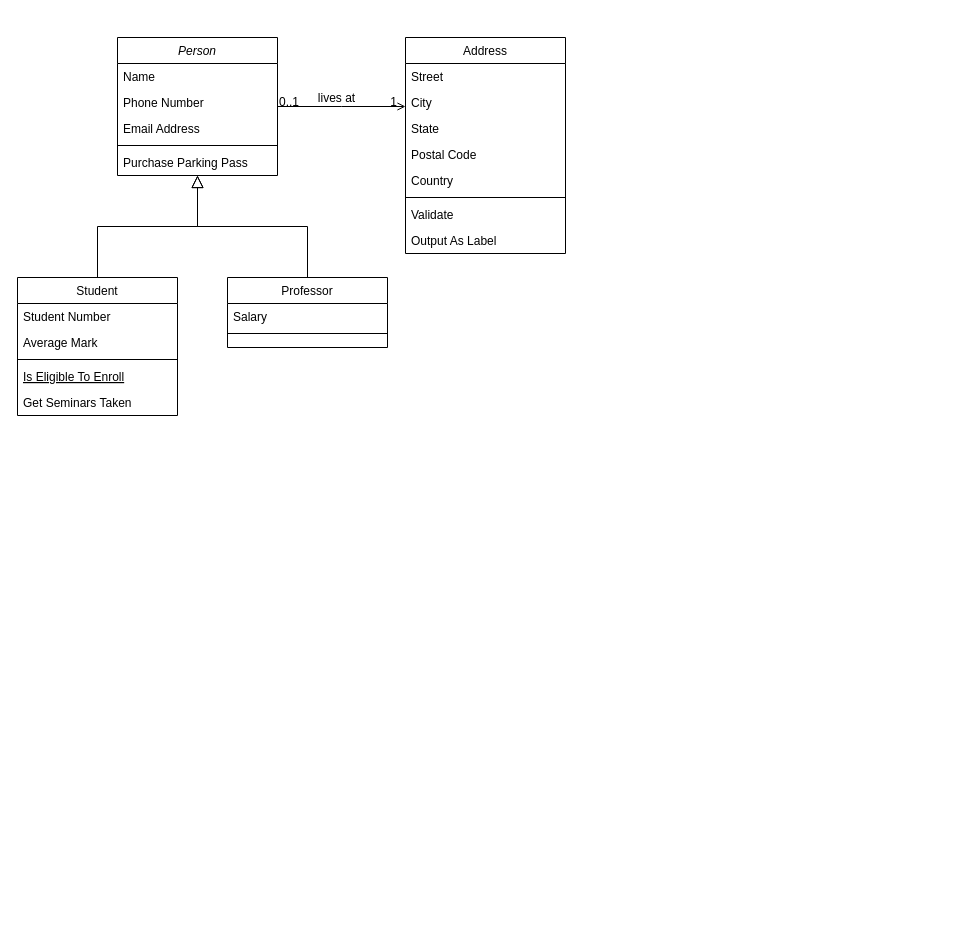
The draw.io diagram TFG001.drawio in Veranono29/TFG, before the edit. Source tidied: cells renumbered, new cells numbered last; positions are measured from the earlier drawing's top-left corner, leaving out a move shared by most shapes. Both pictures are drawn from the tidied source at 100%, with x=0, y=0 at pixel (17, 37).
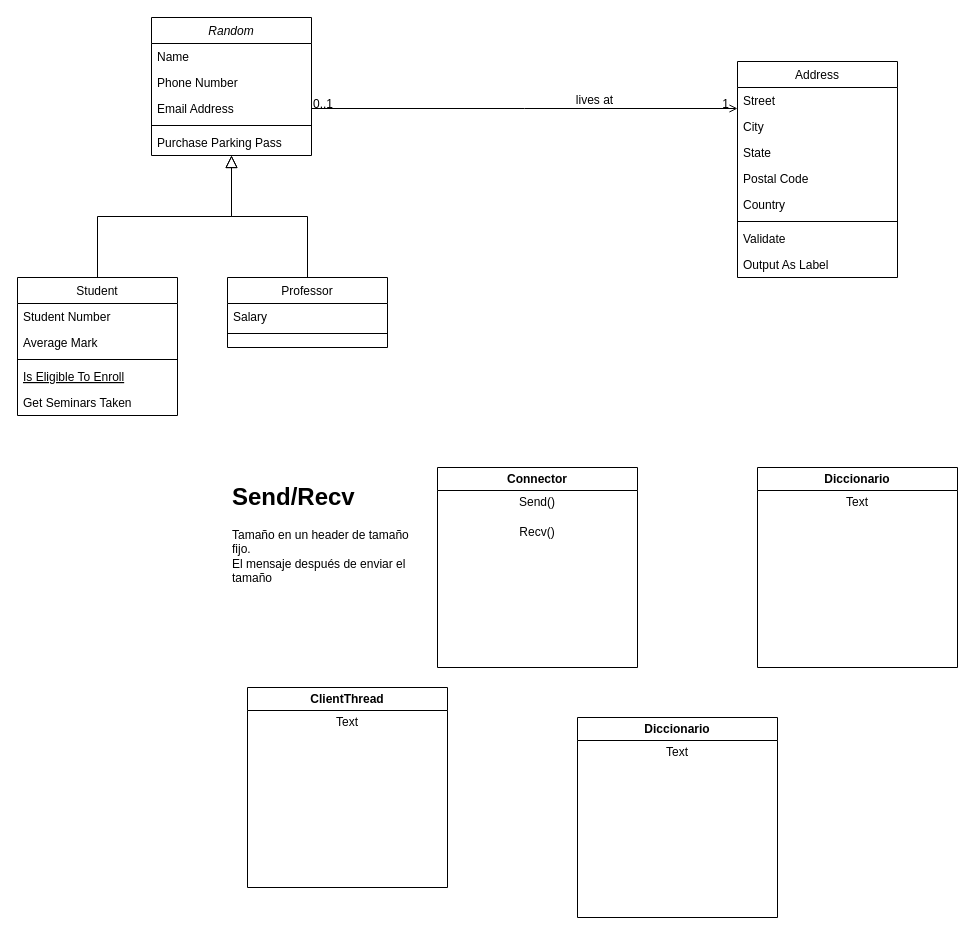
The same page after the edit.

What changed in the source:
```diff
@@
-    <mxCell id="2" value="Person" style="swimlane;fontStyle=2;align=center;verticalAlign=top;horizontal=1;startSize=26;rounded=0;shadow=0;strokeWidth=1;" parent="1" vertex="1">
-      <mxGeometry x="100" width="160" height="138" as="geometry" />
+    <mxCell id="2" value="Random" style="swimlane;fontStyle=2;align=center;verticalAlign=top;horizontal=1;startSize=26;rounded=0;shadow=0;strokeWidth=1;" parent="1" vertex="1">
+      <mxGeometry x="134" y="-20" width="160" height="138" as="geometry" />
     </mxCell>
@@
     <mxCell id="19" value="Address" style="swimlane;fontStyle=0;align=center;verticalAlign=top;horizontal=1;startSize=26;rounded=0;shadow=0;strokeWidth=1;" parent="1" vertex="1">
-      <mxGeometry x="388" width="160" height="216" as="geometry" />
+      <mxGeometry x="720" y="24" width="160" height="216" as="geometry" />
     </mxCell>
@@
+    <mxCell id="32" value="ClientThread" style="swimlane;whiteSpace=wrap;html=1;" parent="1" vertex="1">
+      <mxGeometry x="230" y="650" width="200" height="200" as="geometry" />
+    </mxCell>
+    <mxCell id="33" value="Text" style="text;html=1;strokeColor=none;fillColor=none;align=center;verticalAlign=middle;whiteSpace=wrap;rounded=0;" parent="32" vertex="1">
+      <mxGeometry y="20" width="200" height="30" as="geometry" />
+    </mxCell>
+    <mxCell id="34" value="Connector" style="swimlane;whiteSpace=wrap;html=1;" parent="1" vertex="1">
+      <mxGeometry x="420" y="430" width="200" height="200" as="geometry" />
+    </mxCell>
+    <mxCell id="35" value="Send()" style="text;html=1;strokeColor=none;fillColor=none;align=center;verticalAlign=middle;whiteSpace=wrap;rounded=0;" parent="34" vertex="1">
+      <mxGeometry y="20" width="200" height="30" as="geometry" />
+    </mxCell>
+    <mxCell id="36" value="Recv()" style="text;html=1;strokeColor=none;fillColor=none;align=center;verticalAlign=middle;whiteSpace=wrap;rounded=0;" parent="34" vertex="1">
+      <mxGeometry y="50" width="200" height="30" as="geometry" />
+    </mxCell>
+    <mxCell id="37" value="Diccionario" style="swimlane;whiteSpace=wrap;html=1;" parent="1" vertex="1">
+      <mxGeometry x="560" y="680" width="200" height="200" as="geometry" />
+    </mxCell>
+    <mxCell id="38" value="Text" style="text;html=1;strokeColor=none;fillColor=none;align=center;verticalAlign=middle;whiteSpace=wrap;rounded=0;" parent="37" vertex="1">
+      <mxGeometry y="20" width="200" height="30" as="geometry" />
+    </mxCell>
+    <mxCell id="39" value="Diccionario" style="swimlane;whiteSpace=wrap;html=1;" parent="1" vertex="1">
+      <mxGeometry x="740" y="430" width="200" height="200" as="geometry" />
+    </mxCell>
+    <mxCell id="40" value="Text" style="text;html=1;strokeColor=none;fillColor=none;align=center;verticalAlign=middle;whiteSpace=wrap;rounded=0;" parent="39" vertex="1">
+      <mxGeometry y="20" width="200" height="30" as="geometry" />
+    </mxCell>
+    <mxCell id="41" value="&lt;h1&gt;Send/Recv&lt;/h1&gt;&lt;div&gt;Tamaño en un header de tamaño fijo.&lt;/div&gt;&lt;div&gt;El mensaje después de enviar el tamaño&lt;/div&gt;" style="text;html=1;strokeColor=none;fillColor=none;spacing=5;spacingTop=-20;whiteSpace=wrap;overflow=hidden;rounded=0;rotation=0;" parent="1" vertex="1">
+      <mxGeometry x="210" y="440" width="190" height="120" as="geometry" />
+    </mxCell>
```
